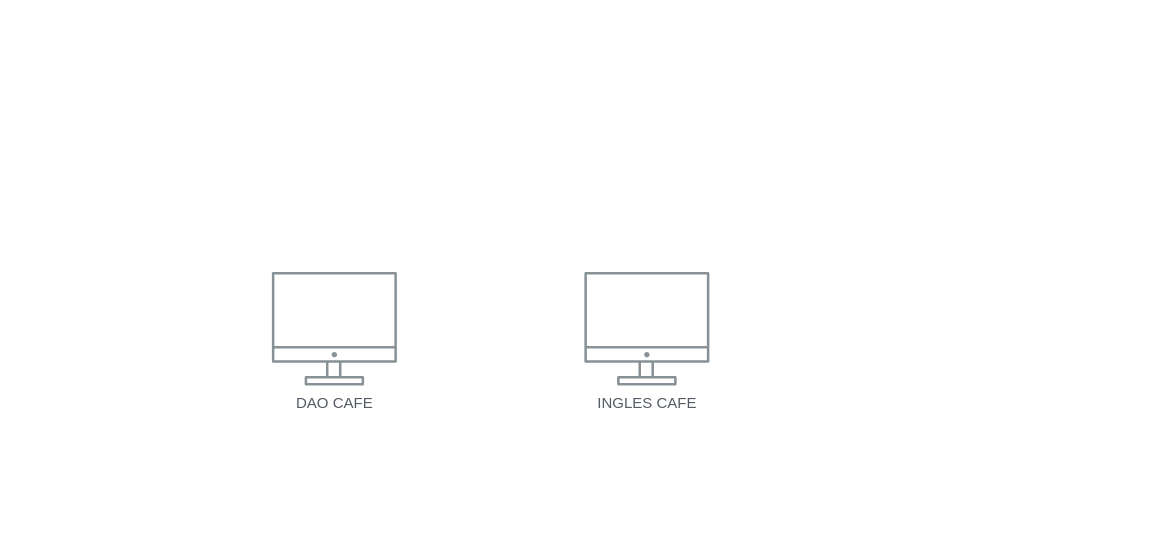
Above: software/coffee_shop_database.drawio in justinjeff517/drawio (draw.io), before the change. Source tidied: cells renumbered, new cells numbered last; positions are measured from the earlier drawing's top-left corner, leaving out a move shared by most shapes. Both pictures are drawn from the tidied source at 125%, with x=0, y=0 at pixel (271, 271).
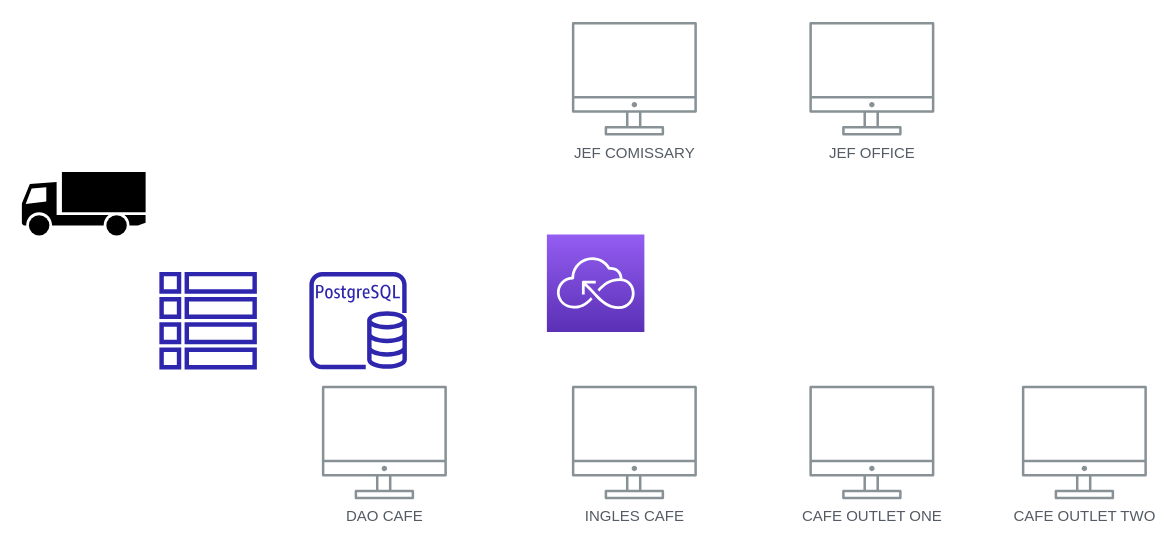
After the change.

What changed in the source:
```diff
@@
 <mxGraphModel>
   <root>
     <mxCell id="0" />
     <mxCell id="1" parent="0" />
     <mxCell id="2" value="DAO CAFE" style="sketch=0;gradientColor=none;fontColor=#545B64;strokeColor=none;fillColor=#879196;dashed=0;verticalLabelPosition=bottom;verticalAlign=top;align=center;html=1;fontSize=12;fontStyle=0;shape=mxgraph.aws4.illustration_desktop;" parent="1" vertex="1">
-      <mxGeometry width="100" height="91" as="geometry" />
+      <mxGeometry x="40" y="91" width="100" height="91" as="geometry" />
     </mxCell>
     <mxCell id="3" value="INGLES CAFE" style="sketch=0;gradientColor=none;fontColor=#545B64;strokeColor=none;fillColor=#879196;dashed=0;verticalLabelPosition=bottom;verticalAlign=top;align=center;html=1;fontSize=12;fontStyle=0;shape=mxgraph.aws4.illustration_desktop;" parent="1" vertex="1">
-      <mxGeometry x="250" width="100" height="91" as="geometry" />
+      <mxGeometry x="240" y="91" width="100" height="91" as="geometry" />
     </mxCell>
+    <mxCell id="4" value="JEF COMISSARY" style="sketch=0;gradientColor=none;fontColor=#545B64;strokeColor=none;fillColor=#879196;dashed=0;verticalLabelPosition=bottom;verticalAlign=top;align=center;html=1;fontSize=12;fontStyle=0;shape=mxgraph.aws4.illustration_desktop;" parent="1" vertex="1">
+      <mxGeometry x="240" y="-200" width="100" height="91" as="geometry" />
+    </mxCell>
+    <mxCell id="5" value="JEF OFFICE" style="sketch=0;gradientColor=none;fontColor=#545B64;strokeColor=none;fillColor=#879196;dashed=0;verticalLabelPosition=bottom;verticalAlign=top;align=center;html=1;fontSize=12;fontStyle=0;shape=mxgraph.aws4.illustration_desktop;" parent="1" vertex="1">
+      <mxGeometry x="430" y="-200" width="100" height="91" as="geometry" />
+    </mxCell>
+    <mxCell id="6" value="CAFE OUTLET ONE" style="sketch=0;gradientColor=none;fontColor=#545B64;strokeColor=none;fillColor=#879196;dashed=0;verticalLabelPosition=bottom;verticalAlign=top;align=center;html=1;fontSize=12;fontStyle=0;shape=mxgraph.aws4.illustration_desktop;" parent="1" vertex="1">
+      <mxGeometry x="430" y="91" width="100" height="91" as="geometry" />
+    </mxCell>
+    <mxCell id="7" style="shape=mxgraph.signs.transportation.truck_1;html=1;fillColor=#000000;strokeColor=none;verticalLabelPosition=bottom;verticalAlign=top;align=center;" parent="1" vertex="1">
+      <mxGeometry x="-200" y="-80" width="99" height="51" as="geometry" />
+    </mxCell>
+    <mxCell id="8" value="CAFE OUTLET TWO" style="sketch=0;gradientColor=none;fontColor=#545B64;strokeColor=none;fillColor=#879196;dashed=0;verticalLabelPosition=bottom;verticalAlign=top;align=center;html=1;fontSize=12;fontStyle=0;shape=mxgraph.aws4.illustration_desktop;" parent="1" vertex="1">
+      <mxGeometry x="600" y="91" width="100" height="91" as="geometry" />
+    </mxCell>
+    <mxCell id="9" style="sketch=0;fontColor=#232F3E;gradientColor=none;fillColor=#2E27AD;strokeColor=none;dashed=0;verticalLabelPosition=bottom;verticalAlign=top;align=center;html=1;fontSize=12;fontStyle=0;shape=mxgraph.aws4.rds_postgresql_instance;" parent="1" vertex="1">
+      <mxGeometry x="30" width="78" height="78" as="geometry" />
+    </mxCell>
+    <mxCell id="10" style="sketch=0;fontColor=#232F3E;gradientColor=none;fillColor=#2E27AD;strokeColor=none;dashed=0;verticalLabelPosition=bottom;verticalAlign=top;align=center;html=1;fontSize=12;fontStyle=0;shape=mxgraph.aws4.table;" parent="1" vertex="1">
+      <mxGeometry x="-90" width="78" height="78" as="geometry" />
+    </mxCell>
+    <mxCell id="11" style="sketch=0;fontColor=#232F3E;gradientColor=#945DF2;gradientDirection=north;fillColor=#5A30B5;strokeColor=#ffffff;dashed=0;verticalLabelPosition=bottom;verticalAlign=top;align=center;html=1;fontSize=12;fontStyle=0;shape=mxgraph.aws4.resourceIcon;resIcon=mxgraph.aws4.serverless;" parent="1" vertex="1">
+      <mxGeometry x="220" y="-30" width="78" height="78" as="geometry" />
+    </mxCell>
   </root>
 </mxGraphModel>
```
